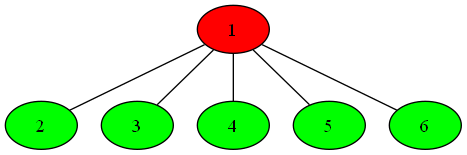
Above: graph.png in xuantai24/PBL-1 (Graphviz), before the change. Its source is kept beside it as graph.dot. The source it was exported from:
```dot
graph G {
1 [style=filled, fillcolor=red];
2 [style=filled, fillcolor=green];
3 [style=filled, fillcolor=green];
4 [style=filled, fillcolor=green];
5 [style=filled, fillcolor=green];
6 [style=filled, fillcolor=green];
1 -- 2;
1 -- 3;
1 -- 4;
1 -- 5;
1 -- 6;
}
```
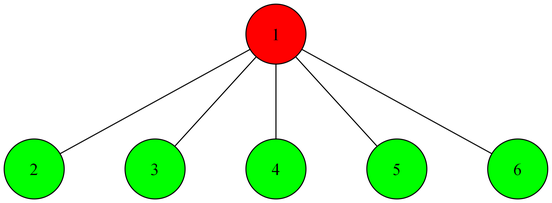
The same file after the commit.

What changed in the source:
```diff
@@ -1,4 +1,8 @@
 graph G {
+  dpi=300;
+  nodesep=0.8;
+  ranksep=1.0;
+  node [width=0.8, height=0.8, fontsize=16];
 1 [style=filled, fillcolor=red];
 2 [style=filled, fillcolor=green];
 3 [style=filled, fillcolor=green];
```
